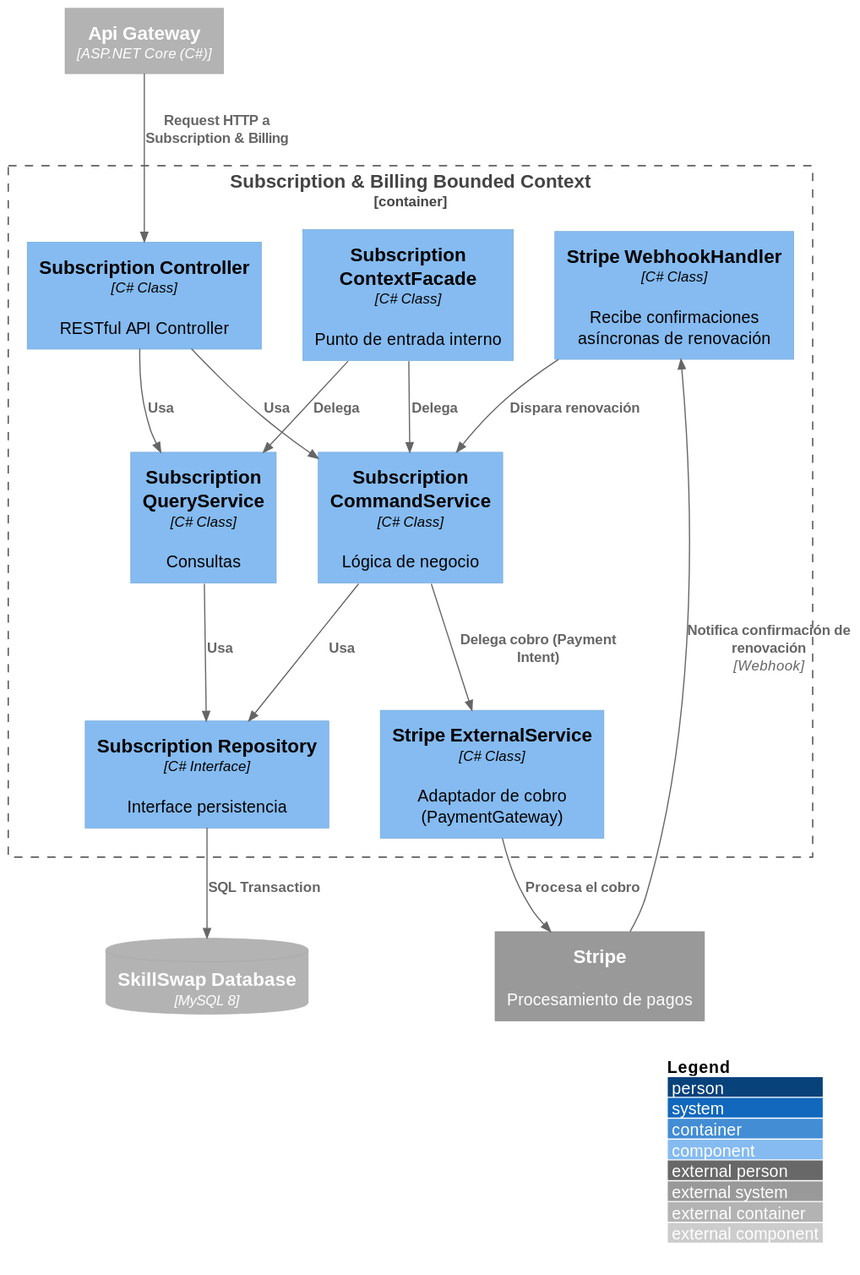
Aplicaciones-Dispositivos-Moviles/SkillSwap-ProjectReport keeps this PlantUML diagram as images-doc/SubscriptionBillingComponent.svg. Above is the earlier version.
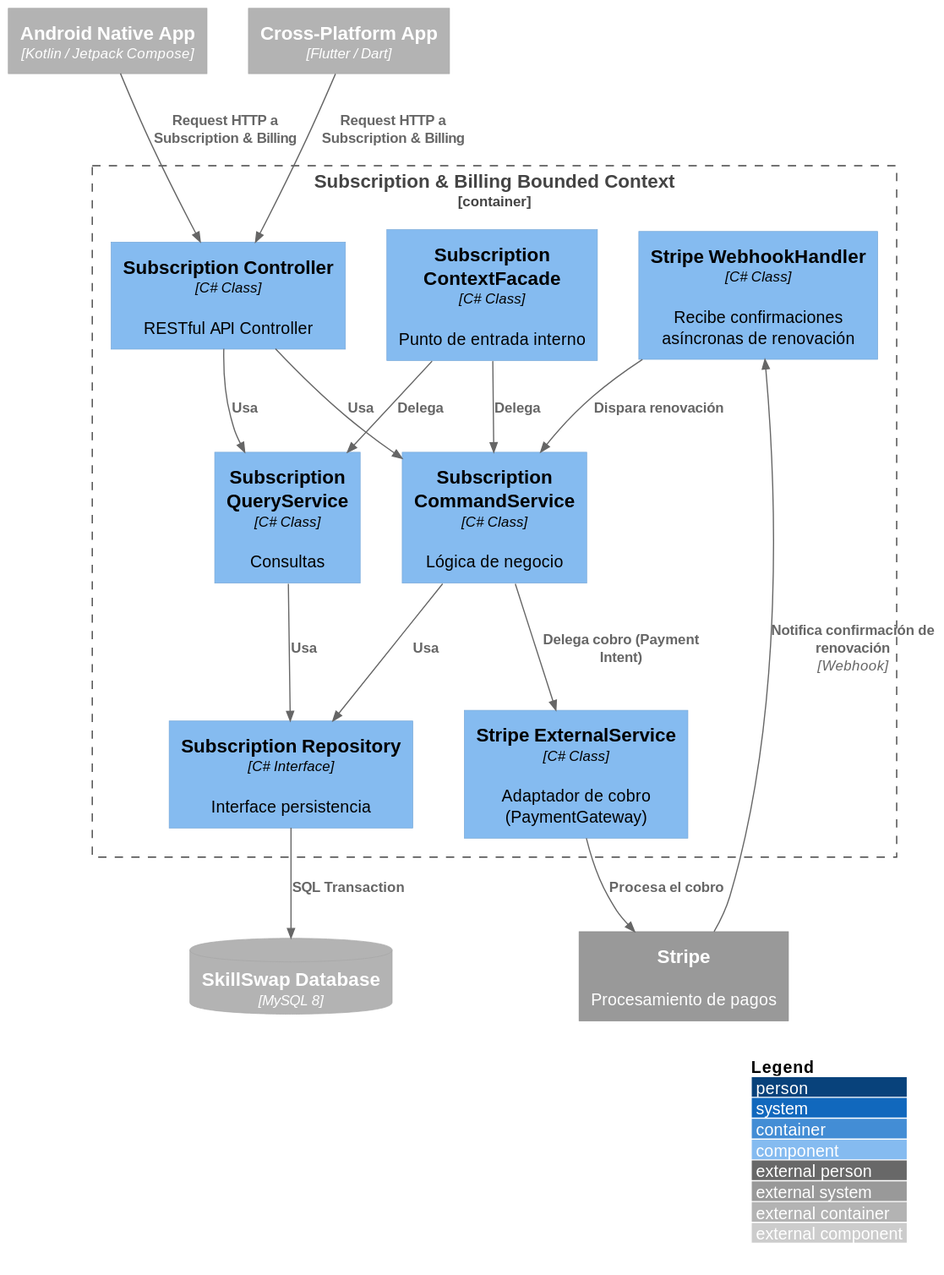
The same diagram one commit later.

Change to the diagram source:
```diff
@@ -3,7 +3,8 @@
 
 LAYOUT_WITH_LEGEND()
 
-Container_Ext(apiGateway, "Api Gateway", "ASP.NET Core (C#)")
+Container_Ext(androidApp, "Android Native App", "Kotlin / Jetpack Compose")
+Container_Ext(flutterApp, "Cross-Platform App", "Flutter / Dart")
 ContainerDb_Ext(mainDB, "SkillSwap Database", "MySQL 8")
 System_Ext(stripeApi, "Stripe", "Procesamiento de pagos")
 
@@ -17,7 +18,8 @@
     Component(subscriptionContextFacade, "Subscription ContextFacade", "C# Class", "Punto de entrada interno")
 }
 
-Rel(apiGateway, subscriptionController, "Request HTTP a Subscription & Billing")
+Rel(androidApp, subscriptionController, "Request HTTP a Subscription & Billing")
+Rel(flutterApp, subscriptionController, "Request HTTP a Subscription & Billing")
 
 Rel(subscriptionController, subscriptionCommandService, "Usa")
 Rel(subscriptionController, subscriptionQueryService, "Usa")
```
